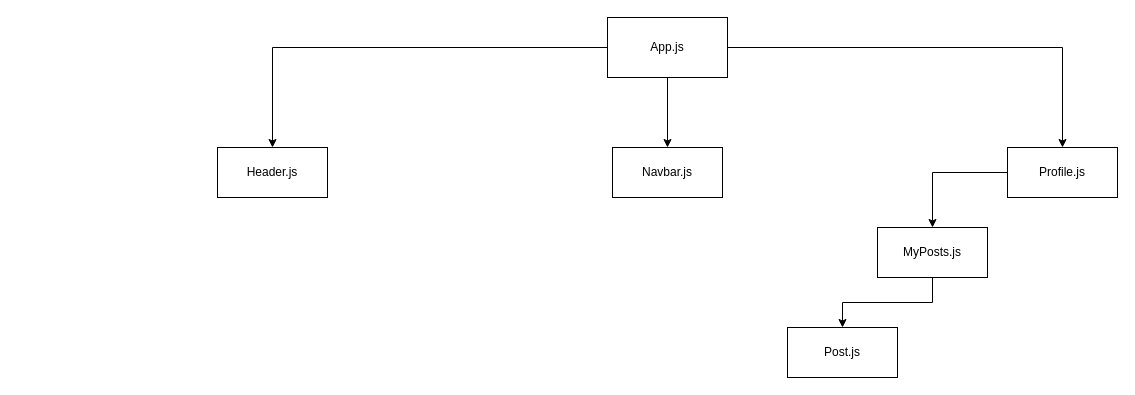
This is Social-Network.drawio from Lonerr7/Youtube-React-Social-Network, a draw.io file, before an edit. Source tidied: cells renumbered, new cells numbered last; positions are measured from the earlier drawing's top-left corner, leaving out a move shared by most shapes. Both pictures are drawn from the tidied source at 100%, with x=0, y=0 at pixel (217, 17).
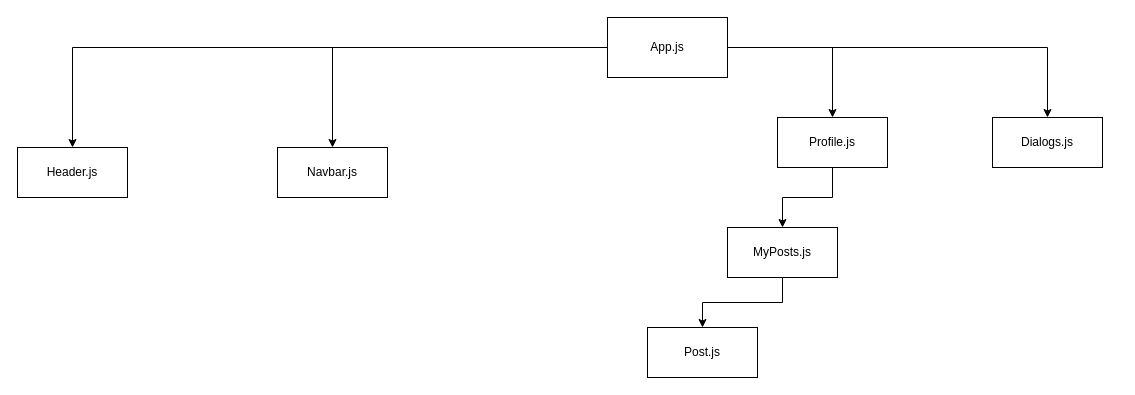
After the change.

Commit message (it also covers changes not shown here):
Lesson 19. Implemented Router to route Profile and Dialogs

What changed in the source:
```diff
@@
 <mxGraphModel>
   <root>
     <mxCell id="0" />
     <mxCell id="1" parent="0" />
     <mxCell id="2" style="edgeStyle=orthogonalEdgeStyle;rounded=0;jettySize=auto;html=1;entryX=0.5;entryY=0;entryDx=0;entryDy=0;" parent="1" edge="1" source="5" target="6">
       <mxGeometry relative="1" as="geometry" />
     </mxCell>
     <mxCell id="3" style="edgeStyle=orthogonalEdgeStyle;rounded=0;jettySize=auto;html=1;entryX=0.5;entryY=0;entryDx=0;entryDy=0;" parent="1" edge="1" source="5" target="7">
       <mxGeometry relative="1" as="geometry" />
     </mxCell>
     <mxCell id="4" style="edgeStyle=orthogonalEdgeStyle;rounded=0;jettySize=auto;html=1;entryX=0.5;entryY=0;entryDx=0;entryDy=0;" parent="1" edge="1" source="5" target="9">
       <mxGeometry relative="1" as="geometry" />
     </mxCell>
+    <mxCell id="13" style="edgeStyle=orthogonalEdgeStyle;rounded=0;jettySize=auto;html=1;entryX=0.5;entryY=0;entryDx=0;entryDy=0;" parent="1" edge="1" source="5" target="14">
+      <mxGeometry relative="1" as="geometry" />
+    </mxCell>
     <mxCell id="5" value="App.js&lt;br&gt;" style="rounded=0;whiteSpace=wrap;html=1;" parent="1" vertex="1">
       <mxGeometry x="390" width="120" height="60" as="geometry" />
     </mxCell>
     <mxCell id="6" value="Header.js" style="rounded=0;whiteSpace=wrap;html=1;" parent="1" vertex="1">
-      <mxGeometry y="130" width="110" height="50" as="geometry" />
+      <mxGeometry x="-200" y="130" width="110" height="50" as="geometry" />
     </mxCell>
     <mxCell id="7" value="Navbar.js" style="rounded=0;whiteSpace=wrap;html=1;" parent="1" vertex="1">
-      <mxGeometry x="395" y="130" width="110" height="50" as="geometry" />
+      <mxGeometry x="60" y="130" width="110" height="50" as="geometry" />
     </mxCell>
     <mxCell id="8" style="edgeStyle=orthogonalEdgeStyle;rounded=0;jettySize=auto;html=1;entryX=0.5;entryY=0;entryDx=0;entryDy=0;" parent="1" edge="1" source="9" target="11">
       <mxGeometry relative="1" as="geometry" />
     </mxCell>
     <mxCell id="9" value="Profile.js" style="rounded=0;whiteSpace=wrap;html=1;" parent="1" vertex="1">
-      <mxGeometry x="790" y="130" width="110" height="50" as="geometry" />
+      <mxGeometry x="560" y="100" width="110" height="50" as="geometry" />
     </mxCell>
     <mxCell id="10" style="edgeStyle=orthogonalEdgeStyle;rounded=0;jettySize=auto;html=1;entryX=0.5;entryY=0;entryDx=0;entryDy=0;" parent="1" edge="1" source="11" target="12">
       <mxGeometry relative="1" as="geometry" />
     </mxCell>
     <mxCell id="11" value="MyPosts.js&lt;br&gt;" style="rounded=0;whiteSpace=wrap;html=1;" parent="1" vertex="1">
-      <mxGeometry x="660" y="210" width="110" height="50" as="geometry" />
+      <mxGeometry x="510" y="210" width="110" height="50" as="geometry" />
     </mxCell>
     <mxCell id="12" value="Post.js&lt;br&gt;" style="rounded=0;whiteSpace=wrap;html=1;" parent="1" vertex="1">
-      <mxGeometry x="570" y="310" width="110" height="50" as="geometry" />
+      <mxGeometry x="430" y="310" width="110" height="50" as="geometry" />
     </mxCell>
+    <mxCell id="14" value="Dialogs.js" style="rounded=0;whiteSpace=wrap;html=1;" parent="1" vertex="1">
+      <mxGeometry x="775" y="100" width="110" height="50" as="geometry" />
+    </mxCell>
   </root>
 </mxGraphModel>
```
